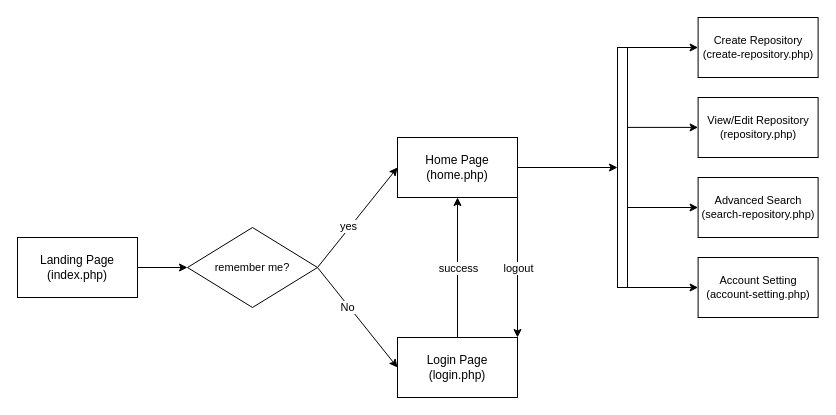
This is app-assets/diagram/module-flow.drawio from RogerCashley/publication-repository, a draw.io file, before an edit. Source tidied: cells renumbered, new cells numbered last; positions are measured from the earlier drawing's top-left corner, leaving out a move shared by most shapes. Both pictures are drawn from the tidied source at 100%, with x=0, y=0 at pixel (17, 17).
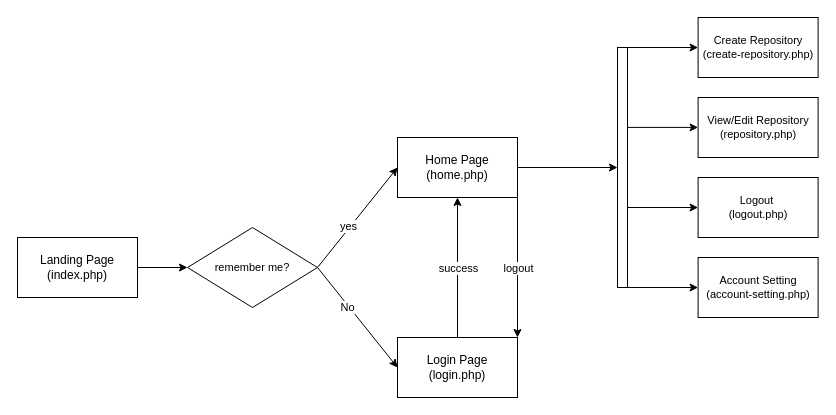
The same page after the edit.

What changed in the source:
```diff
@@
-    <mxCell id="21" value="Advanced Search&lt;br&gt;(search-repository.php)" style="rounded=0;whiteSpace=wrap;html=1;fontFamily=Helvetica;fontSize=11;fontColor=default;" parent="1" vertex="1">
+    <mxCell id="21" value="Logout&amp;nbsp;&lt;br&gt;(logout.php)" style="rounded=0;whiteSpace=wrap;html=1;fontFamily=Helvetica;fontSize=11;fontColor=default;" parent="1" vertex="1">
       <mxGeometry x="680.6" y="160" width="120" height="60" as="geometry" />
     </mxCell>
```
